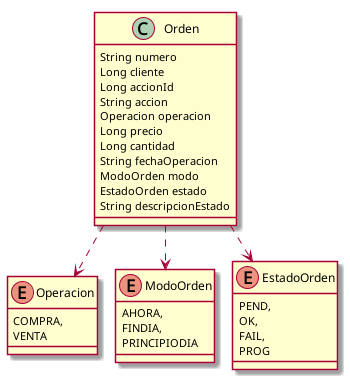
Earlier version of the PlantUML export ProcOrden.png (luismaSE/Prog2_final).
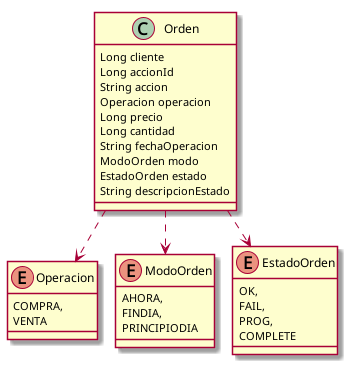
The same file after the commit.

The edit, as a diff of the source:
```diff
@@ -2,7 +2,6 @@
 	!pragma layout smetana
 	!pragma syntax class
 	class Orden  {
-		String numero
 		Long cliente
 		Long accionId
 		String accion
@@ -27,9 +26,9 @@
 		PRINCIPIODIA
 	}
 	enum EstadoOrden {
-		PEND,
 		OK,
 		FAIL,
-		PROG
+		PROG,
+		COMPLETE
 	}
 @enduml
```
